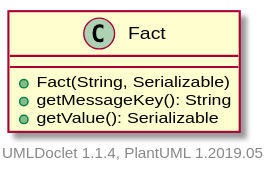
apache/jspwiki-site keeps this PlantUML diagram as apidocs/2.11.0.M8-SNAPSHOT/org/apache/wiki/workflow/Fact.svg. Above is the earlier version.
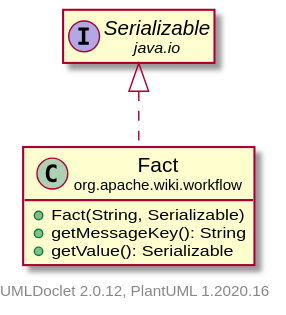
The same file after the commit.

What changed in the source:
```diff
@@ -1,11 +1,17 @@
 @startuml
+    set namespaceSeparator none
+    hide empty fields
+    hide empty methods
 
-    class Fact [[Fact.html]] {
+    class "<size:14>Fact\n<size:10>org.apache.wiki.workflow" as org.apache.wiki.workflow.Fact [[Fact.html]] {
         +Fact(String, Serializable)
         +getMessageKey(): String
         +getValue(): Serializable
     }
 
+    interface "<size:14>Serializable\n<size:10>java.io" as java.io.Serializable
 
-    center footer UMLDoclet 1.1.4, PlantUML 1.2019.05
+    java.io.Serializable <|.. org.apache.wiki.workflow.Fact
+
+    center footer UMLDoclet 2.0.12, PlantUML 1.2020.16
 @enduml
```
